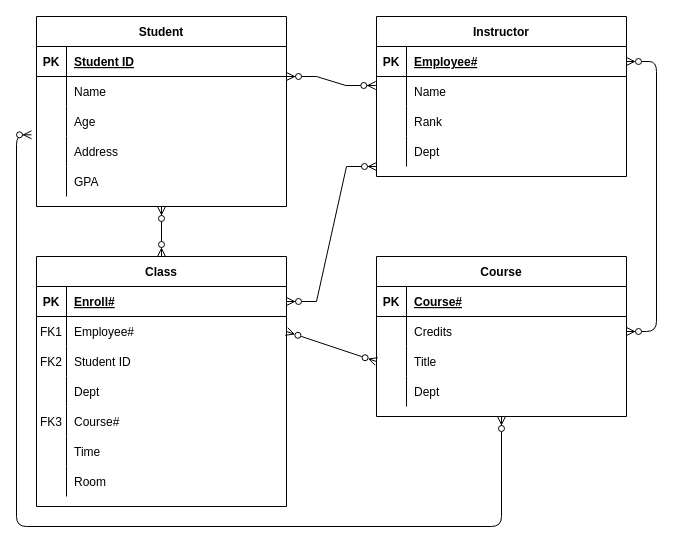
nwmansoor/DBMS keeps this draw.io diagram as Untitled Diagram.drawio. Above is the earlier version. Source tidied: cells renumbered, new cells numbered last; positions are measured from the earlier drawing's top-left corner, leaving out a move shared by most shapes. Both pictures are drawn from the tidied source at 100%, with x=0, y=0 at pixel (16, 16).
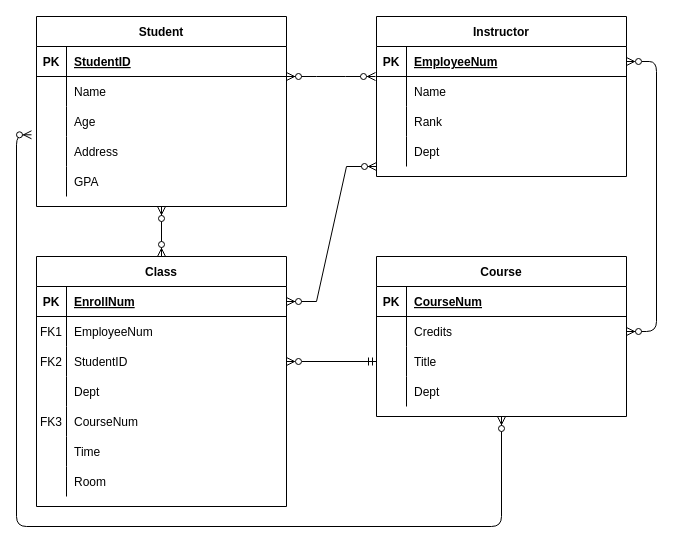
Above is the later version.

Unchanged cells that the change refers to:
```xml
<mxCell id="4" style="shape=partialRectangle;fillColor=none;points=[[0,0.5],[1,0.5]];portConstraint=eastwest;top=0;left=0;right=0;bottom=1;" parent="3" vertex="1">
  <mxGeometry y="30" width="250" height="30" as="geometry" />
</mxCell>
<mxCell id="7" style="shape=partialRectangle;fillColor=none;points=[[0,0.5],[1,0.5]];portConstraint=eastwest;top=0;left=0;right=0;bottom=0;" parent="3" vertex="1">
  <mxGeometry y="60" width="250" height="30" as="geometry" />
</mxCell>
<mxCell id="17" style="shape=partialRectangle;fillColor=none;top=0;left=0;right=0;bottom=1;" parent="16" vertex="1">
  <mxGeometry y="30" width="250" height="30" as="geometry" />
</mxCell>
<mxCell id="23" style="shape=partialRectangle;fillColor=none;points=[[0,0.5],[1,0.5]];portConstraint=eastwest;top=0;left=0;right=0;bottom=0;" parent="16" vertex="1">
  <mxGeometry y="90" width="250" height="30" as="geometry" />
</mxCell>
<mxCell id="30" style="shape=partialRectangle;fillColor=none;top=0;left=0;right=0;bottom=1;" parent="29" vertex="1">
  <mxGeometry y="30" width="250" height="30" as="geometry" />
</mxCell>
<mxCell id="47" style="shape=partialRectangle;fillColor=none;points=[[0,0.5],[1,0.5]];portConstraint=eastwest;top=0;left=0;right=0;bottom=1;" parent="46" vertex="1">
  <mxGeometry y="30" width="250" height="30" as="geometry" />
</mxCell>
<mxCell id="50" style="shape=partialRectangle;fillColor=none;points=[[0,0.5],[1,0.5]];portConstraint=eastwest;top=0;left=0;right=0;bottom=0;" parent="46" vertex="1">
  <mxGeometry y="60" width="250" height="30" as="geometry" />
</mxCell>
<mxCell id="53" style="shape=partialRectangle;fillColor=none;points=[[0,0.5],[1,0.5]];portConstraint=eastwest;top=0;left=0;right=0;bottom=0;" parent="46" vertex="1">
  <mxGeometry y="90" width="250" height="30" as="geometry" />
</mxCell>
<mxCell id="59" style="shape=partialRectangle;fillColor=none;top=0;left=0;right=0;bottom=0;" parent="46" vertex="1">
  <mxGeometry y="150" width="250" height="30" as="geometry" />
</mxCell>
```

Diff of the diagram source:
```diff
@@
-    <mxCell id="6" value="Employee#" style="shape=partialRectangle;overflow=hidden;fillColor=none;top=0;left=0;bottom=0;right=0;align=left;spacingLeft=6;fontStyle=5;" parent="4" vertex="1">
+    <mxCell id="6" value="EmployeeNum" style="shape=partialRectangle;overflow=hidden;fillColor=none;top=0;left=0;bottom=0;right=0;align=left;spacingLeft=6;fontStyle=5;" parent="4" vertex="1">
       <mxGeometry x="30" width="220" height="30" as="geometry" />
     </mxCell>
@@
-    <mxCell id="19" value="Course#" style="shape=partialRectangle;overflow=hidden;fillColor=none;top=0;left=0;bottom=0;right=0;align=left;spacingLeft=6;fontStyle=5;" parent="17" vertex="1">
+    <mxCell id="19" value="CourseNum" style="shape=partialRectangle;overflow=hidden;fillColor=none;top=0;left=0;bottom=0;right=0;align=left;spacingLeft=6;fontStyle=5;" parent="17" vertex="1">
       <mxGeometry x="30" width="220" height="30" as="geometry" />
     </mxCell>
@@
-    <mxCell id="32" value="Student ID" style="shape=partialRectangle;overflow=hidden;fillColor=none;top=0;left=0;bottom=0;right=0;align=left;spacingLeft=6;fontStyle=5;" parent="30" vertex="1">
+    <mxCell id="32" value="StudentID" style="shape=partialRectangle;overflow=hidden;fillColor=none;top=0;left=0;bottom=0;right=0;align=left;spacingLeft=6;fontStyle=5;" parent="30" vertex="1">
       <mxGeometry x="30" width="220" height="30" as="geometry" />
     </mxCell>
@@
-    <mxCell id="45" style="edgeStyle=entityRelationEdgeStyle;fontSize=12;html=1;endArrow=ERzeroToMany;endFill=1;startArrow=ERzeroToMany;rounded=0;entryX=-0.003;entryY=0.3;entryDx=0;entryDy=0;entryPerimeter=0;" parent="1" edge="1" target="7">
+    <mxCell id="45" style="edgeStyle=entityRelationEdgeStyle;fontSize=12;html=1;endArrow=ERzeroToMany;endFill=1;startArrow=ERzeroToMany;rounded=0;" parent="1" edge="1">
       <mxGeometry relative="1" as="geometry">
         <mxPoint x="270" y="60" as="sourcePoint" />
+        <mxPoint x="359" y="60" as="targetPoint" />
         <Array as="points">
           <mxPoint x="270" y="60" />
           <mxPoint x="260" y="50" />
         </Array>
       </mxGeometry>
     </mxCell>
@@
-    <mxCell id="49" value="Enroll#" style="shape=partialRectangle;overflow=hidden;fillColor=none;top=0;left=0;bottom=0;right=0;align=left;spacingLeft=6;fontStyle=5;" parent="47" vertex="1">
+    <mxCell id="49" value="EnrollNum" style="shape=partialRectangle;overflow=hidden;fillColor=none;top=0;left=0;bottom=0;right=0;align=left;spacingLeft=6;fontStyle=5;" parent="47" vertex="1">
       <mxGeometry x="30" width="220" height="30" as="geometry" />
     </mxCell>
@@
-    <mxCell id="52" value="Employee#" style="shape=partialRectangle;overflow=hidden;fillColor=none;top=0;left=0;bottom=0;right=0;align=left;spacingLeft=6;" parent="50" vertex="1">
+    <mxCell id="52" value="EmployeeNum" style="shape=partialRectangle;overflow=hidden;fillColor=none;top=0;left=0;bottom=0;right=0;align=left;spacingLeft=6;" parent="50" vertex="1">
       <mxGeometry x="30" width="220" height="30" as="geometry" />
     </mxCell>
@@
-    <mxCell id="55" value="Student ID" style="shape=partialRectangle;overflow=hidden;fillColor=none;top=0;left=0;bottom=0;right=0;align=left;spacingLeft=6;" parent="53" vertex="1">
+    <mxCell id="55" value="StudentID" style="shape=partialRectangle;overflow=hidden;fillColor=none;top=0;left=0;bottom=0;right=0;align=left;spacingLeft=6;" parent="53" vertex="1">
       <mxGeometry x="30" width="220" height="30" as="geometry" />
     </mxCell>
@@
-    <mxCell id="61" value="Course#" style="shape=partialRectangle;overflow=hidden;fillColor=none;top=0;left=0;bottom=0;right=0;align=left;spacingLeft=6;" parent="59" vertex="1">
+    <mxCell id="61" value="CourseNum" style="shape=partialRectangle;overflow=hidden;fillColor=none;top=0;left=0;bottom=0;right=0;align=left;spacingLeft=6;" parent="59" vertex="1">
       <mxGeometry x="30" width="220" height="30" as="geometry" />
     </mxCell>
@@
-    <mxCell id="70" style="fontSize=12;html=1;endArrow=ERzeroToMany;startArrow=ERzeroToMany;rounded=0;entryX=1;entryY=0.5;entryDx=0;entryDy=0;exitX=0;exitY=0.5;exitDx=0;exitDy=0;endFill=0;startFill=0;" parent="1" edge="1" source="23" target="50">
+    <mxCell id="70" style="fontSize=12;html=1;endArrow=ERzeroToMany;startArrow=ERmandOne;rounded=0;entryX=1;entryY=0.5;entryDx=0;entryDy=0;exitX=0;exitY=0.5;exitDx=0;exitDy=0;endFill=0;startFill=0;" parent="1" edge="1" source="23" target="53">
       <mxGeometry relative="1" as="geometry" />
     </mxCell>
```
